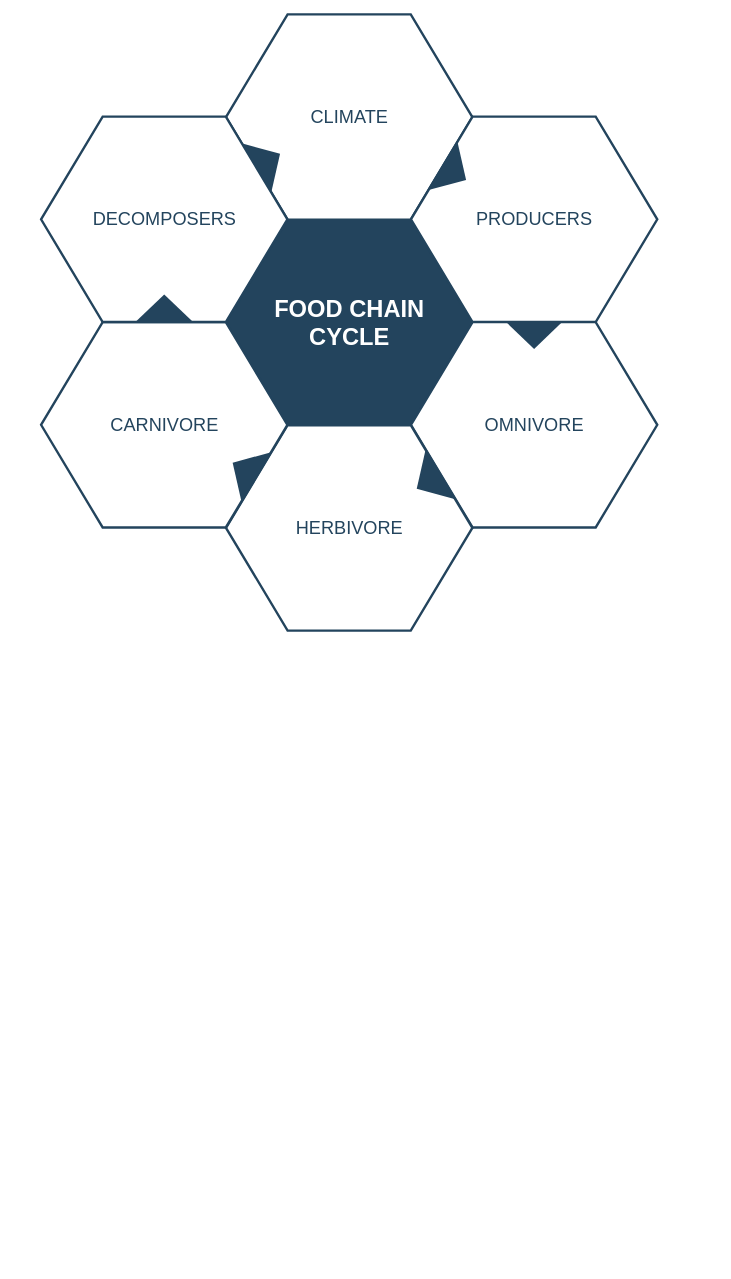
aimleft/study keeps this draw.io diagram as 未命名表单.drawio. Above is the earlier version. Source tidied: cells renumbered, new cells numbered last; positions are measured from the earlier drawing's top-left corner, leaving out a move shared by most shapes. Both pictures are drawn from the tidied source at 79%, with x=0, y=0 at pixel (40, 14).
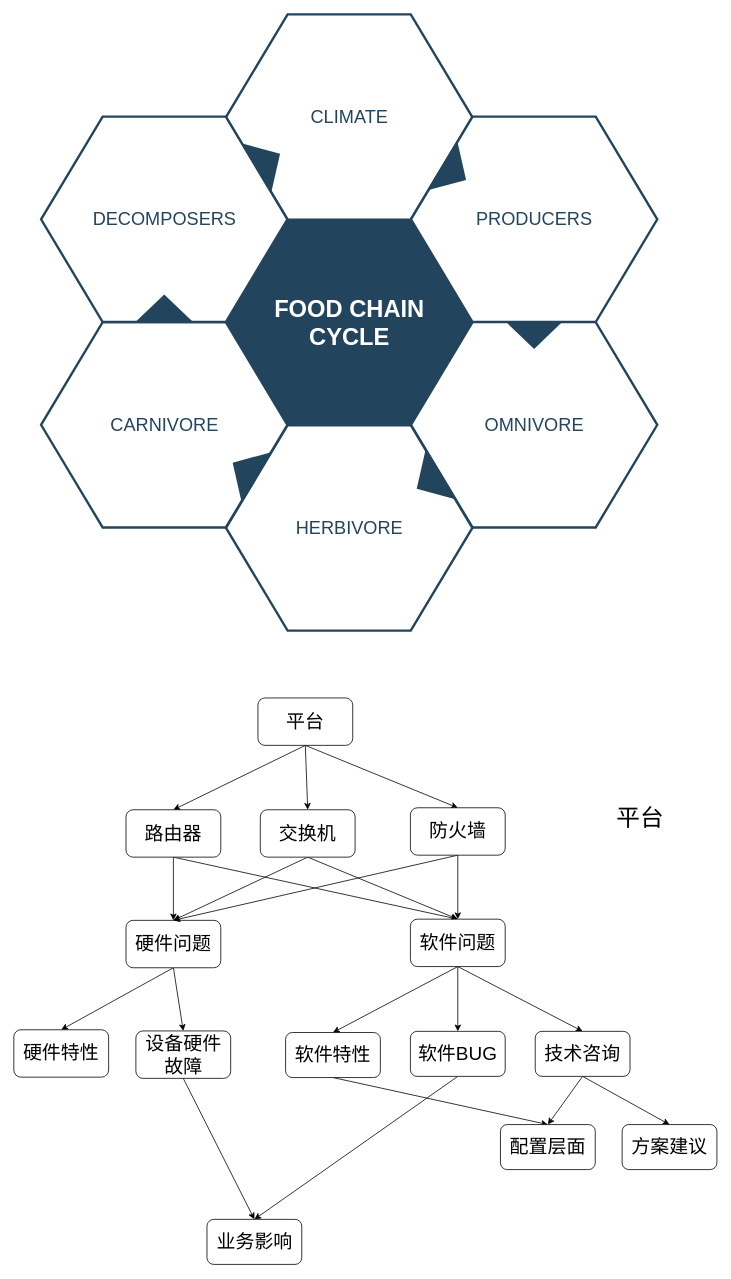
After the change.

Commit message:
更新未命名表单.drawio

What changed in the source:
```diff
@@
+    <mxCell id="16" style="edgeStyle=none;rounded=0;jettySize=auto;html=1;exitX=0.5;exitY=1;exitDx=0;exitDy=0;entryX=0.5;entryY=0;entryDx=0;entryDy=0;" parent="1" edge="1" source="19" target="25">
+      <mxGeometry relative="1" as="geometry" />
+    </mxCell>
+    <mxCell id="17" style="edgeStyle=none;rounded=0;jettySize=auto;html=1;exitX=0.5;exitY=1;exitDx=0;exitDy=0;entryX=0.5;entryY=0;entryDx=0;entryDy=0;" parent="1" edge="1" source="19" target="22">
+      <mxGeometry relative="1" as="geometry" />
+    </mxCell>
+    <mxCell id="18" style="edgeStyle=none;rounded=0;jettySize=auto;html=1;exitX=0.5;exitY=1;exitDx=0;exitDy=0;entryX=0.5;entryY=0;entryDx=0;entryDy=0;" parent="1" edge="1" source="19" target="32">
+      <mxGeometry relative="1" as="geometry" />
+    </mxCell>
+    <mxCell id="19" value="&lt;font style=&quot;font-size: 24px&quot;&gt;平台&lt;/font&gt;" style="rounded=1;whiteSpace=wrap;html=1;" parent="1" vertex="1">
+      <mxGeometry x="275" y="865" width="120" height="60" as="geometry" />
+    </mxCell>
+    <mxCell id="20" style="edgeStyle=none;rounded=0;jettySize=auto;html=1;exitX=0.5;exitY=1;exitDx=0;exitDy=0;entryX=0.5;entryY=0;entryDx=0;entryDy=0;" parent="1" edge="1" source="22" target="28">
+      <mxGeometry relative="1" as="geometry" />
+    </mxCell>
+    <mxCell id="21" style="edgeStyle=none;rounded=0;jettySize=auto;html=1;exitX=0.5;exitY=1;exitDx=0;exitDy=0;entryX=0.5;entryY=0;entryDx=0;entryDy=0;" parent="1" edge="1" source="22" target="36">
+      <mxGeometry relative="1" as="geometry" />
+    </mxCell>
+    <mxCell id="22" value="&lt;font style=&quot;font-size: 24px&quot;&gt;交换机&lt;/font&gt;" style="rounded=1;whiteSpace=wrap;html=1;" parent="1" vertex="1">
+      <mxGeometry x="278" y="1006.5" width="120" height="60" as="geometry" />
+    </mxCell>
+    <mxCell id="23" style="edgeStyle=none;rounded=0;jettySize=auto;html=1;exitX=0.5;exitY=1;exitDx=0;exitDy=0;entryX=0.5;entryY=0;entryDx=0;entryDy=0;" parent="1" edge="1" source="25" target="28">
+      <mxGeometry relative="1" as="geometry" />
+    </mxCell>
+    <mxCell id="24" style="edgeStyle=none;rounded=0;jettySize=auto;html=1;exitX=0.5;exitY=1;exitDx=0;exitDy=0;entryX=0.5;entryY=0;entryDx=0;entryDy=0;" parent="1" edge="1" source="25" target="36">
+      <mxGeometry relative="1" as="geometry" />
+    </mxCell>
+    <mxCell id="25" value="&lt;font style=&quot;font-size: 24px&quot;&gt;路由器&lt;/font&gt;" style="rounded=1;whiteSpace=wrap;html=1;" parent="1" vertex="1">
+      <mxGeometry x="108" y="1006.5" width="120" height="60" as="geometry" />
+    </mxCell>
+    <mxCell id="26" style="edgeStyle=none;rounded=0;jettySize=auto;html=1;exitX=0.5;exitY=1;exitDx=0;exitDy=0;entryX=0.5;entryY=0;entryDx=0;entryDy=0;" parent="1" edge="1" source="28" target="29">
+      <mxGeometry relative="1" as="geometry" />
+    </mxCell>
+    <mxCell id="27" style="edgeStyle=none;rounded=0;jettySize=auto;html=1;exitX=0.5;exitY=1;exitDx=0;exitDy=0;entryX=0.5;entryY=0;entryDx=0;entryDy=0;" parent="1" edge="1" source="28" target="46">
+      <mxGeometry relative="1" as="geometry" />
+    </mxCell>
+    <mxCell id="28" value="&lt;font style=&quot;font-size: 24px&quot;&gt;硬件问题&lt;/font&gt;" style="rounded=1;whiteSpace=wrap;html=1;" parent="1" vertex="1">
+      <mxGeometry x="108" y="1146.5" width="120" height="60" as="geometry" />
+    </mxCell>
+    <mxCell id="29" value="&lt;font style=&quot;font-size: 24px&quot;&gt;硬件特性&lt;/font&gt;" style="rounded=1;whiteSpace=wrap;html=1;" parent="1" vertex="1">
+      <mxGeometry x="-34" y="1285" width="120" height="60" as="geometry" />
+    </mxCell>
+    <mxCell id="30" style="edgeStyle=none;rounded=0;jettySize=auto;html=1;exitX=0.5;exitY=1;exitDx=0;exitDy=0;entryX=0.5;entryY=0;entryDx=0;entryDy=0;" parent="1" edge="1" source="32" target="36">
+      <mxGeometry relative="1" as="geometry" />
+    </mxCell>
+    <mxCell id="31" style="edgeStyle=none;rounded=0;jettySize=auto;html=1;exitX=0.5;exitY=1;exitDx=0;exitDy=0;entryX=0.5;entryY=0;entryDx=0;entryDy=0;" parent="1" edge="1" source="32" target="28">
+      <mxGeometry relative="1" as="geometry" />
+    </mxCell>
+    <mxCell id="32" value="&lt;font style=&quot;font-size: 24px&quot;&gt;防火墙&lt;/font&gt;" style="rounded=1;whiteSpace=wrap;html=1;" parent="1" vertex="1">
+      <mxGeometry x="468" y="1004" width="120" height="60" as="geometry" />
+    </mxCell>
+    <mxCell id="33" style="edgeStyle=none;rounded=0;jettySize=auto;html=1;exitX=0.5;exitY=1;exitDx=0;exitDy=0;entryX=0.5;entryY=0;entryDx=0;entryDy=0;" parent="1" edge="1" source="36" target="38">
+      <mxGeometry relative="1" as="geometry" />
+    </mxCell>
+    <mxCell id="34" style="edgeStyle=none;rounded=0;jettySize=auto;html=1;exitX=0.5;exitY=1;exitDx=0;exitDy=0;entryX=0.5;entryY=0;entryDx=0;entryDy=0;" parent="1" edge="1" source="36" target="41">
+      <mxGeometry relative="1" as="geometry" />
+    </mxCell>
+    <mxCell id="35" style="edgeStyle=none;rounded=0;jettySize=auto;html=1;exitX=0.5;exitY=1;exitDx=0;exitDy=0;entryX=0.5;entryY=0;entryDx=0;entryDy=0;" parent="1" edge="1" source="36" target="44">
+      <mxGeometry relative="1" as="geometry" />
+    </mxCell>
+    <mxCell id="36" value="&lt;font style=&quot;font-size: 24px&quot;&gt;软件问题&lt;/font&gt;" style="rounded=1;whiteSpace=wrap;html=1;" parent="1" vertex="1">
+      <mxGeometry x="468" y="1145" width="120" height="60" as="geometry" />
+    </mxCell>
+    <mxCell id="37" style="edgeStyle=none;rounded=0;jettySize=auto;html=1;exitX=0.5;exitY=1;exitDx=0;exitDy=0;entryX=0.5;entryY=0;entryDx=0;entryDy=0;" parent="1" edge="1" source="38" target="42">
+      <mxGeometry relative="1" as="geometry" />
+    </mxCell>
+    <mxCell id="38" value="&lt;font style=&quot;font-size: 24px&quot;&gt;软件特性&lt;/font&gt;" style="rounded=1;whiteSpace=wrap;html=1;" parent="1" vertex="1">
+      <mxGeometry x="310" y="1288.5" width="120" height="57" as="geometry" />
+    </mxCell>
+    <mxCell id="39" style="edgeStyle=none;rounded=0;jettySize=auto;html=1;exitX=0.5;exitY=1;exitDx=0;exitDy=0;entryX=0.5;entryY=0;entryDx=0;entryDy=0;" parent="1" edge="1" source="41" target="42">
+      <mxGeometry relative="1" as="geometry" />
+    </mxCell>
+    <mxCell id="40" style="edgeStyle=none;rounded=0;jettySize=auto;html=1;exitX=0.5;exitY=1;exitDx=0;exitDy=0;entryX=0.5;entryY=0;entryDx=0;entryDy=0;" parent="1" edge="1" source="41" target="48">
+      <mxGeometry relative="1" as="geometry" />
+    </mxCell>
+    <mxCell id="41" value="&lt;font style=&quot;font-size: 24px&quot;&gt;技术咨询&lt;/font&gt;" style="rounded=1;whiteSpace=wrap;html=1;" parent="1" vertex="1">
+      <mxGeometry x="626" y="1287" width="120" height="57" as="geometry" />
+    </mxCell>
+    <mxCell id="42" value="&lt;font style=&quot;font-size: 24px&quot;&gt;配置层面&lt;/font&gt;" style="rounded=1;whiteSpace=wrap;html=1;" parent="1" vertex="1">
+      <mxGeometry x="582" y="1405" width="120" height="57" as="geometry" />
+    </mxCell>
+    <mxCell id="43" style="edgeStyle=none;rounded=0;jettySize=auto;html=1;exitX=0.5;exitY=1;exitDx=0;exitDy=0;entryX=0.5;entryY=0;entryDx=0;entryDy=0;" parent="1" edge="1" source="44" target="49">
+      <mxGeometry relative="1" as="geometry" />
+    </mxCell>
+    <mxCell id="44" value="&lt;font style=&quot;font-size: 24px&quot;&gt;软件BUG&lt;/font&gt;" style="rounded=1;whiteSpace=wrap;html=1;" parent="1" vertex="1">
+      <mxGeometry x="468" y="1287" width="120" height="57" as="geometry" />
+    </mxCell>
+    <mxCell id="45" style="edgeStyle=none;rounded=0;jettySize=auto;html=1;exitX=0.5;exitY=1;exitDx=0;exitDy=0;entryX=0.5;entryY=0;entryDx=0;entryDy=0;" parent="1" edge="1" source="46" target="49">
+      <mxGeometry relative="1" as="geometry" />
+    </mxCell>
+    <mxCell id="46" value="&lt;font style=&quot;font-size: 24px&quot;&gt;设备硬件故障&lt;/font&gt;" style="rounded=1;whiteSpace=wrap;html=1;" parent="1" vertex="1">
+      <mxGeometry x="120.5" y="1286.5" width="120" height="60" as="geometry" />
+    </mxCell>
+    <mxCell id="47" value="&lt;font style=&quot;font-size: 30px&quot;&gt;平台&lt;/font&gt;" style="text;html=1;strokeColor=none;fillColor=none;align=center;verticalAlign=middle;whiteSpace=wrap;rounded=0;" parent="1" vertex="1">
+      <mxGeometry x="682" y="1007" width="154" height="20" as="geometry" />
+    </mxCell>
+    <mxCell id="48" value="&lt;font style=&quot;font-size: 24px&quot;&gt;方案建议&lt;/font&gt;" style="rounded=1;whiteSpace=wrap;html=1;" parent="1" vertex="1">
+      <mxGeometry x="736" y="1405" width="120" height="57" as="geometry" />
+    </mxCell>
+    <mxCell id="49" value="&lt;font style=&quot;font-size: 24px&quot;&gt;业务影响&lt;/font&gt;" style="rounded=1;whiteSpace=wrap;html=1;" parent="1" vertex="1">
+      <mxGeometry x="210.5" y="1525" width="120" height="57" as="geometry" />
+    </mxCell>
```
